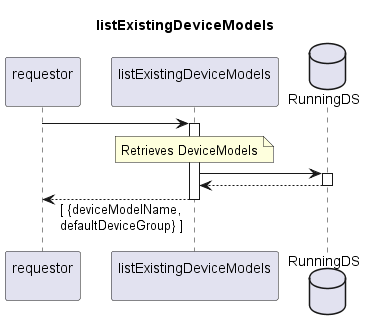
Before: spec/Services/listExistingDeviceModels/1.0.0/listExistingDeviceModels.png, a diagram exported from PlantUML (openBackhaul/FirmWareManager).
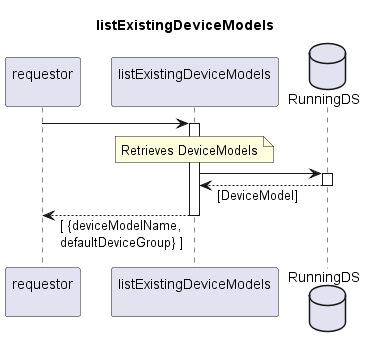
Later version of the same file.

Diff of the diagram source:
```diff
@@ -17,7 +17,7 @@
   end note
   indServ -> RunDS
   activate RunDS
-  indServ <-- RunDS
+  indServ <-- RunDS: [DeviceModel]
   deactivate RunDS
 
 requestor <-- indServ: [ {deviceModelName,\ndefaultDeviceGroup} ]
```
